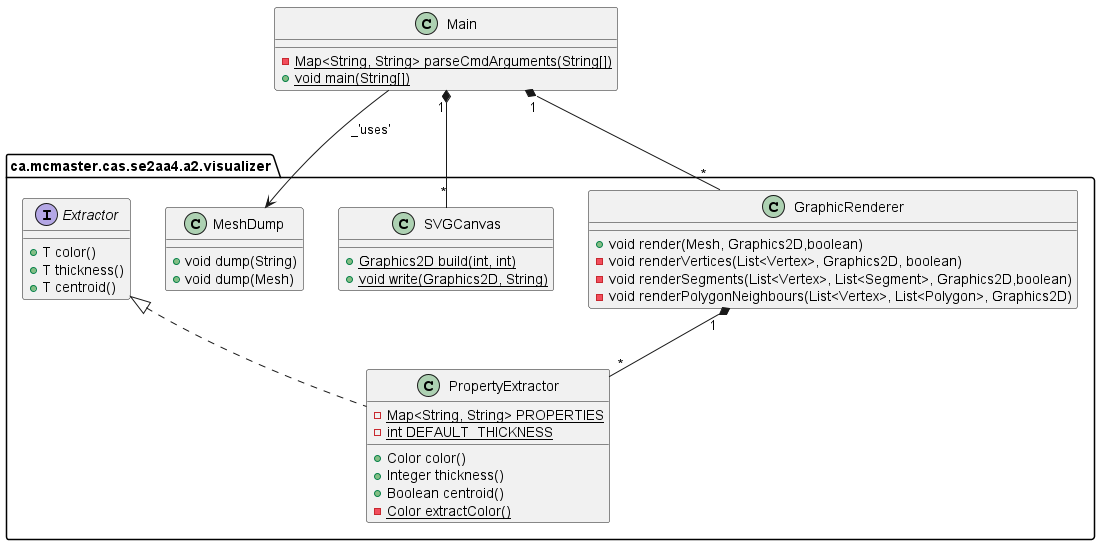
This is visualizer/VisualizerUML.png from Ahren-Chen/MeshGenerator, a PlantUML export, as it was before one commit.
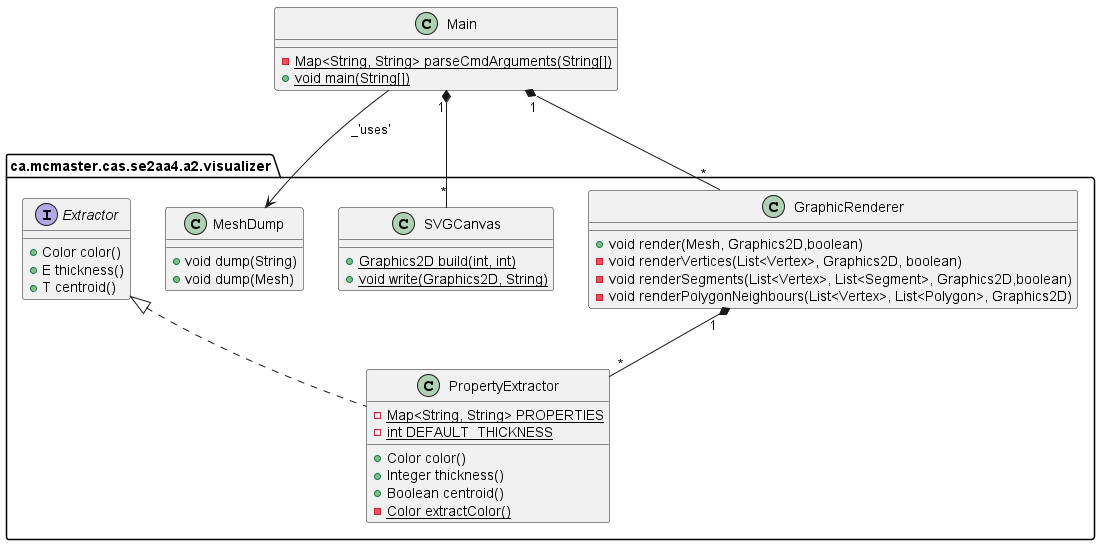
The same file after the commit.

Commit message:
Updated Visualizer UML

The edit, as a diff of the source:
```diff
@@ -27,8 +27,8 @@
 + {static} void main(String[])
 }
 interface ca.mcmaster.cas.se2aa4.a2.visualizer.Extractor {
-+ T color()
-+ T thickness()
++ Color color()
++ E thickness()
 + T centroid()
 }
 
```
